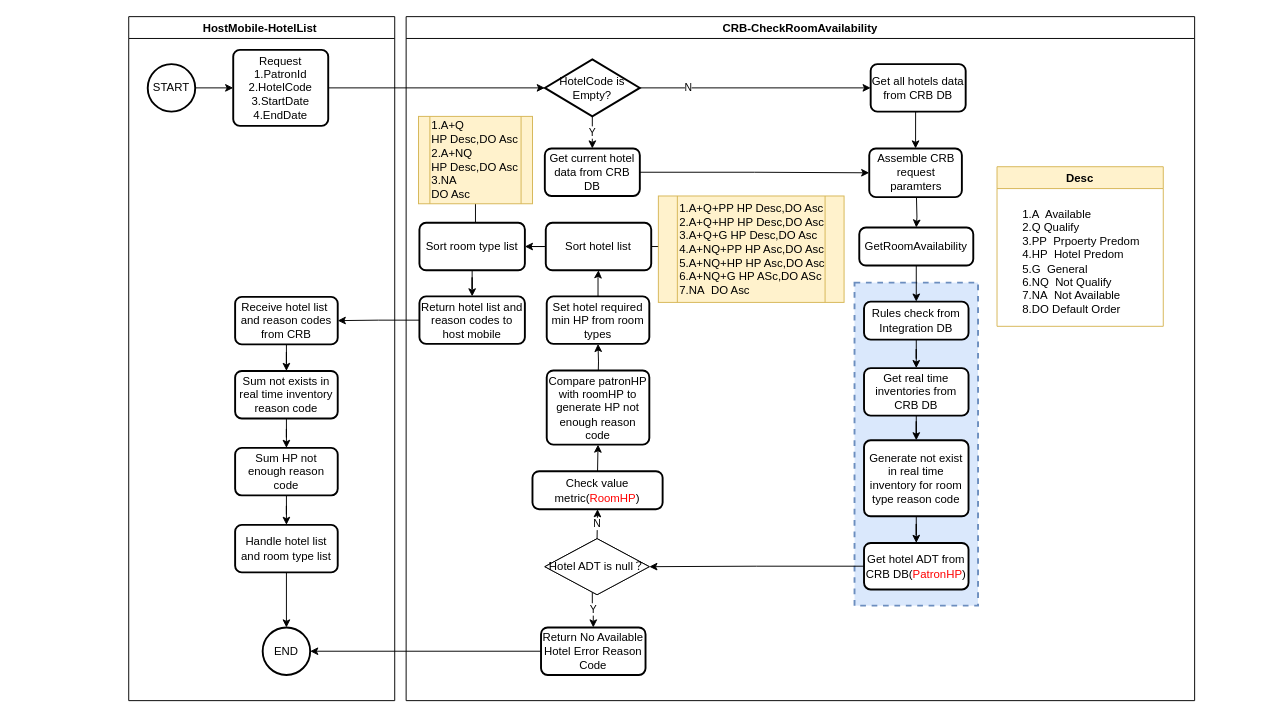
The draw.io diagram HotelList.drawio in xiaobao0706/drawio, before the edit. Source tidied: cells renumbered, new cells numbered last; positions are measured from the earlier drawing's top-left corner, leaving out a move shared by most shapes. Both pictures are drawn from the tidied source at 95%, with x=0, y=0 at pixel (128, 16).
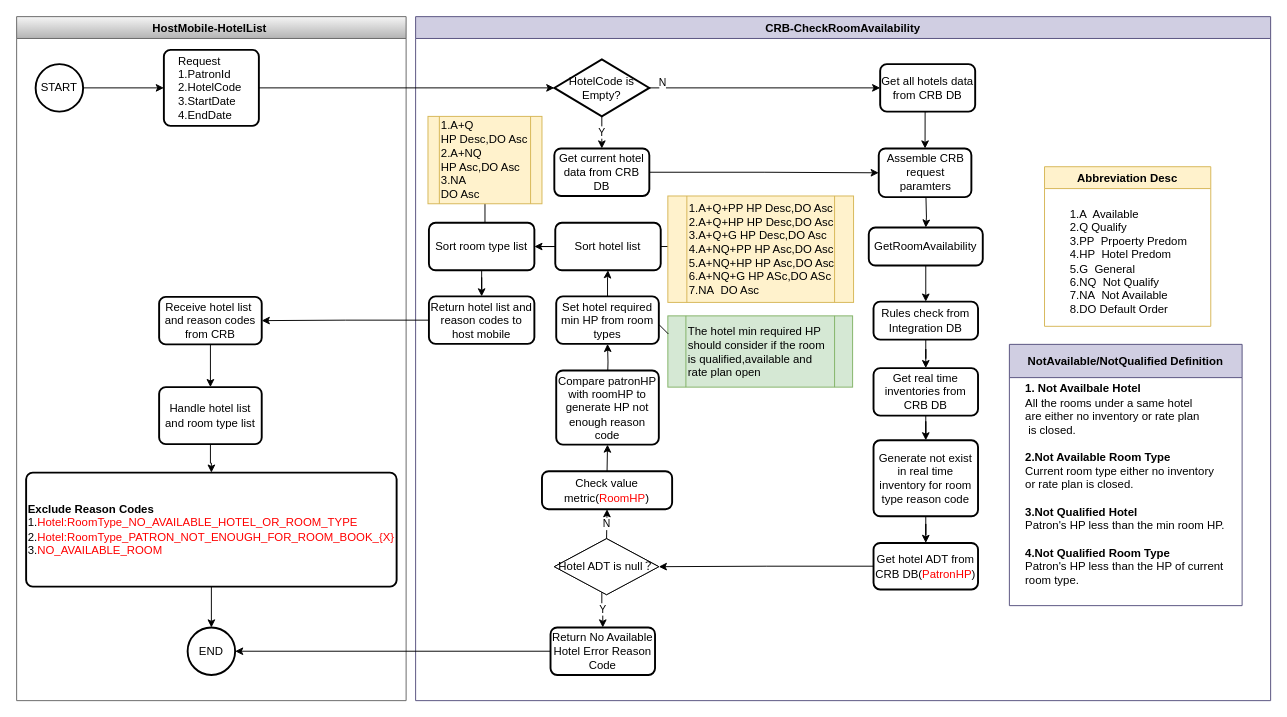
After the change.

The change refers to these unchanged cells:
```xml
<mxCell id="19" value="HotelCode is Empty?" style="strokeWidth=2;html=1;shape=mxgraph.flowchart.decision;whiteSpace=wrap;" parent="15" vertex="1">
  <mxGeometry x="146" y="45" width="100" height="60" as="geometry" />
</mxCell>
<mxCell id="23" value="Get all hotels data from CRB DB" style="rounded=1;whiteSpace=wrap;html=1;absoluteArcSize=1;arcSize=14;strokeWidth=2;" parent="15" vertex="1">
  <mxGeometry x="489" y="50" width="100" height="50" as="geometry" />
</mxCell>
```

What changed in the source:
```diff
@@
-    <mxCell id="2" value="HostMobile-HotelList " style="swimlane;startSize=23;" parent="1" vertex="1">
-      <mxGeometry width="280" height="720" as="geometry" />
+    <mxCell id="2" value="HostMobile-HotelList " style="swimlane;startSize=23;labelBackgroundColor=none;fillColor=#f5f5f5;strokeColor=#666666;gradientColor=#b3b3b3;" parent="1" vertex="1">
+      <mxGeometry x="-118" width="410" height="720" as="geometry" />
     </mxCell>
@@
-    <mxCell id="5" value="Request&lt;br&gt;1.PatronId&lt;br&gt;2.HotelCode&lt;br&gt;3.StartDate&lt;br&gt;4.EndDate" style="rounded=1;whiteSpace=wrap;html=1;absoluteArcSize=1;arcSize=14;strokeWidth=2;" parent="2" vertex="1">
-      <mxGeometry x="110" y="35" width="100" height="80" as="geometry" />
+    <mxCell id="5" value="&amp;nbsp; &amp;nbsp; Request&lt;br&gt;&amp;nbsp; &amp;nbsp; 1.PatronId&lt;br&gt;&amp;nbsp; &amp;nbsp; 2.HotelCode&lt;br&gt;&lt;div style=&quot;&quot;&gt;&lt;span style=&quot;background-color: initial;&quot;&gt;&amp;nbsp; &amp;nbsp; 3.StartDate&lt;/span&gt;&lt;/div&gt;&amp;nbsp; &amp;nbsp; 4.EndDate" style="rounded=1;whiteSpace=wrap;html=1;absoluteArcSize=1;arcSize=14;strokeWidth=2;align=left;" parent="2" vertex="1">
+      <mxGeometry x="155" y="35" width="100" height="80" as="geometry" />
     </mxCell>
@@
     <mxCell id="7" value="&lt;font color=&quot;#000000&quot;&gt;Receive hotel list&amp;nbsp; and reason codes from CRB&lt;/font&gt;" style="rounded=1;whiteSpace=wrap;html=1;absoluteArcSize=1;arcSize=14;strokeWidth=2;fontColor=#FF0000;" parent="2" vertex="1">
-      <mxGeometry x="112" y="295" width="108" height="50" as="geometry" />
+      <mxGeometry x="150" y="295" width="108" height="50" as="geometry" />
     </mxCell>
-    <mxCell id="8" style="edgeStyle=orthogonalEdgeStyle;rounded=0;jettySize=auto;html=1;strokeColor=#000000;fontColor=#000000;endArrow=classic;endFill=1;" parent="2" edge="1" source="9" target="11">
-      <mxGeometry relative="1" as="geometry" />
-    </mxCell>
-    <mxCell id="9" value="&lt;font color=&quot;#000000&quot;&gt;Sum not exists in real time inventory reason code&lt;/font&gt;" style="rounded=1;whiteSpace=wrap;html=1;absoluteArcSize=1;arcSize=14;strokeWidth=2;fontColor=#FF0000;" parent="2" vertex="1">
-      <mxGeometry x="112" y="373" width="108" height="50" as="geometry" />
+    <mxCell id="9" value="&lt;font color=&quot;#000000&quot;&gt;Handle hotel list and room type list&lt;/font&gt;" style="rounded=1;whiteSpace=wrap;html=1;absoluteArcSize=1;arcSize=14;strokeWidth=2;fontColor=#FF0000;" parent="2" vertex="1">
+      <mxGeometry x="150" y="390" width="108" height="60" as="geometry" />
     </mxCell>
-    <mxCell id="10" style="edgeStyle=orthogonalEdgeStyle;rounded=0;jettySize=auto;html=1;strokeColor=#000000;fontColor=#000000;endArrow=classic;endFill=1;" parent="2" edge="1" source="11" target="13">
+    <mxCell id="10" style="edgeStyle=orthogonalEdgeStyle;rounded=0;jettySize=auto;html=1;strokeColor=#000000;fontColor=#000000;endArrow=classic;endFill=1;exitX=0.5;exitY=1;exitDx=0;exitDy=0;" parent="2" edge="1" source="9" target="13">
       <mxGeometry relative="1" as="geometry" />
     </mxCell>
-    <mxCell id="11" value="&lt;font color=&quot;#000000&quot;&gt;Sum HP not enough reason code&lt;/font&gt;" style="rounded=1;whiteSpace=wrap;html=1;absoluteArcSize=1;arcSize=14;strokeWidth=2;fontColor=#FF0000;" parent="2" vertex="1">
-      <mxGeometry x="112" y="454" width="108" height="50" as="geometry" />
-    </mxCell>
@@
-    <mxCell id="13" value="&lt;font color=&quot;#000000&quot;&gt;Handle hotel list and room type list&lt;/font&gt;" style="rounded=1;whiteSpace=wrap;html=1;absoluteArcSize=1;arcSize=14;strokeWidth=2;fontColor=#FF0000;" parent="2" vertex="1">
-      <mxGeometry x="112" y="535" width="108" height="50" as="geometry" />
+    <mxCell id="13" value="&lt;div style=&quot;text-align: left;&quot;&gt;&lt;span style=&quot;color: rgb(0, 0, 0); background-color: initial;&quot;&gt;&lt;b&gt;Exclude Reason Codes&lt;/b&gt;&lt;/span&gt;&lt;/div&gt;&lt;div style=&quot;text-align: left;&quot;&gt;&lt;span style=&quot;background-color: initial;&quot;&gt;&lt;font color=&quot;#000000&quot;&gt;1.&lt;/font&gt;Hotel:RoomType_NO_AVAILABLE_HOTEL_OR_ROOM_TYPE&lt;/span&gt;&lt;/div&gt;&lt;div style=&quot;text-align: left;&quot;&gt;&lt;span style=&quot;background-color: initial;&quot;&gt;&lt;font color=&quot;#000000&quot;&gt;2.&lt;/font&gt;Hotel:RoomType_PATRON_NOT_ENOUGH_FOR_ROOM_BOOK_{X}&lt;/span&gt;&lt;/div&gt;&lt;div style=&quot;text-align: left;&quot;&gt;&lt;span style=&quot;background-color: initial;&quot;&gt;&lt;font color=&quot;#000000&quot;&gt;3.&lt;/font&gt;NO_AVAILABLE_ROOM&lt;/span&gt;&lt;/div&gt;" style="rounded=1;whiteSpace=wrap;html=1;absoluteArcSize=1;arcSize=14;strokeWidth=2;fontColor=#FF0000;" parent="2" vertex="1">
+      <mxGeometry x="10" y="480" width="390" height="120" as="geometry" />
     </mxCell>
     <mxCell id="14" value="END" style="strokeWidth=2;html=1;shape=mxgraph.flowchart.start_2;whiteSpace=wrap;" parent="2" vertex="1">
-      <mxGeometry x="141" y="643" width="50" height="50" as="geometry" />
+      <mxGeometry x="180" y="643" width="50" height="50" as="geometry" />
     </mxCell>
-    <mxCell id="15" value="CRB-CheckRoomAvailability" style="swimlane;startSize=23;" parent="1" vertex="1">
-      <mxGeometry x="292" width="830" height="720" as="geometry" />
+    <mxCell id="15" value="CRB-CheckRoomAvailability" style="swimlane;startSize=23;fillColor=#d0cee2;strokeColor=#56517e;" parent="1" vertex="1">
+      <mxGeometry x="302" width="900" height="720" as="geometry" />
     </mxCell>
-    <mxCell id="16" style="rounded=0;whiteSpace=wrap;html=1;fillColor=#dae8fc;strokeColor=#6c8ebf;strokeWidth=2;dashed=1;" parent="15" vertex="1">
-      <mxGeometry x="472" y="280" width="130" height="340" as="geometry" />
-    </mxCell>
@@
     <mxCell id="18" value="N" style="edgeStyle=orthogonalEdgeStyle;rounded=0;jettySize=auto;html=1;exitX=1;exitY=0.5;exitDx=0;exitDy=0;exitPerimeter=0;" parent="15" edge="1" source="19" target="23">
-      <mxGeometry relative="1" as="geometry">
+      <mxGeometry x="-0.19" y="5" relative="1" as="geometry">
         <Array as="points">
           <mxPoint x="175" y="75" />
           <mxPoint x="175" y="75" />
         </Array>
       </mxGeometry>
     </mxCell>
@@
-    <mxCell id="52" value="Desc" style="swimlane;strokeWidth=1;fillColor=#fff2cc;strokeColor=#d6b656;" parent="15" vertex="1">
-      <mxGeometry x="622" y="158" width="175" height="168" as="geometry" />
+    <mxCell id="52" value="Abbreviation Desc" style="swimlane;strokeWidth=1;fillColor=#fff2cc;strokeColor=#d6b656;startSize=23;" parent="15" vertex="1">
+      <mxGeometry x="662" y="158" width="175" height="168" as="geometry" />
     </mxCell>
@@
-    <mxCell id="58" value="1.A+Q &lt;br&gt;HP Desc,DO Asc&lt;br&gt;2.A+NQ &lt;br&gt;HP Desc,DO Asc&lt;br&gt;3.NA &lt;br&gt;DO Asc" style="shape=process;whiteSpace=wrap;html=1;backgroundOutline=1;strokeWidth=1;fillColor=#fff2cc;strokeColor=#d6b656;align=left;" parent="15" vertex="1">
+    <mxCell id="58" value="1.A+Q &lt;br&gt;HP Desc,DO Asc&lt;br&gt;2.A+NQ &lt;br&gt;HP Asc,DO Asc&lt;br&gt;3.NA &lt;br&gt;DO Asc" style="shape=process;whiteSpace=wrap;html=1;backgroundOutline=1;strokeWidth=1;fillColor=#fff2cc;strokeColor=#d6b656;align=left;" parent="15" vertex="1">
       <mxGeometry x="13" y="105" width="120" height="92" as="geometry" />
     </mxCell>
+    <mxCell id="62" value="NotAvailable/NotQualified Definition" style="swimlane;whiteSpace=wrap;html=1;fillColor=#d0cee2;strokeColor=#56517e;startSize=35;" parent="15" vertex="1">
+      <mxGeometry x="625" y="345" width="245" height="275" as="geometry" />
+    </mxCell>
+    <mxCell id="63" value="&lt;b&gt;1. Not Availbale Hotel&lt;/b&gt;&lt;br&gt;All the rooms under a same hotel &lt;br&gt;are either no inventory or rate plan&lt;br&gt;&amp;nbsp;is closed.&lt;br&gt;&lt;br&gt;&lt;b&gt;2.Not Available Room Type&lt;/b&gt;&lt;br&gt;Current room type either no inventory&lt;br&gt;or rate plan is closed.&lt;br&gt;&lt;br&gt;&lt;b&gt;3.Not Qualified Hotel&lt;/b&gt;&lt;br&gt;Patron's HP less than the min room HP.&lt;br&gt;&lt;br&gt;&lt;b&gt;4.Not Qualified Room Type&lt;/b&gt;&lt;br&gt;Patron's HP less than the HP of current &lt;br&gt;room type.&lt;br&gt;&lt;br&gt;" style="text;html=1;align=left;verticalAlign=middle;strokeColor=none;fillColor=none;" parent="62" vertex="1">
+      <mxGeometry x="15" y="35" width="230" height="240" as="geometry" />
+    </mxCell>
+    <mxCell id="64" value="The hotel min required HP should consider if the room is qualified,available and rate plan open" style="shape=process;whiteSpace=wrap;html=1;backgroundOutline=1;fillColor=#d5e8d4;strokeColor=#82b366;align=left;" parent="15" vertex="1">
+      <mxGeometry x="265.5" y="315" width="194.5" height="75" as="geometry" />
+    </mxCell>
+    <mxCell id="65" style="endArrow=none;html=1;rounded=0;" parent="15" edge="1">
+      <mxGeometry relative="1" as="geometry">
+        <mxPoint x="266" y="334" as="sourcePoint" />
+        <mxPoint x="256" y="324" as="targetPoint" />
+      </mxGeometry>
+    </mxCell>
```
